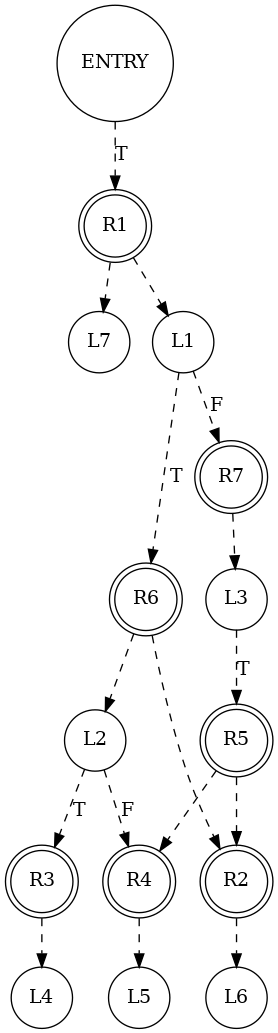
zhaosiying12138/PDG_demo keeps this Graphviz diagram as demo/zsy_test_cdg_auto_generated.png. Above is the earlier version. Its source is kept beside it as demo/zsy_test_cdg_auto_generated.dot. The source it was exported from:
```dot
digraph G {
	edge[style=dashed];

	L7 [label="L7", shape=circle];
	L6 [label="L6", shape=circle];
	L4 [label="L4", shape=circle];
	L5 [label="L5", shape=circle];
	L2 [label="L2", shape=circle];
	L3 [label="L3", shape=circle];
	L1 [label="L1", shape=circle];
	ENTRY [label="ENTRY", shape=circle];

	R1 [label="R1", shape=doublecircle];
	R2 [label="R2", shape=doublecircle];
	R3 [label="R3", shape=doublecircle];
	R5 [label="R5", shape=doublecircle];
	R4 [label="R4", shape=doublecircle];
	R6 [label="R6", shape=doublecircle];
	R7 [label="R7", shape=doublecircle];

	R6 -> L2;
	R1 -> L1;
	R7 -> L3;
	R3 -> L4;
	R4 -> L5;
	R1 -> L7;
	R2 -> L6;

	ENTRY -> R1 [label="T"];
	R5 -> R2;
	R6 -> R2;
	L2 -> R3 [label="T"];
	L3 -> R5 [label="T"];
	L2 -> R4 [label="F"];
	R5 -> R4;
	L1 -> R6 [label="T"];
	L1 -> R7 [label="F"];
}
```
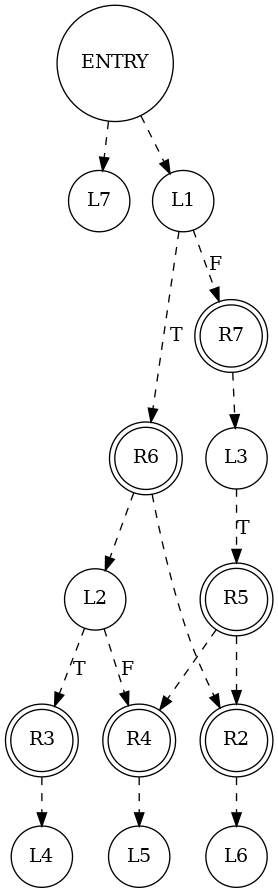
The same diagram one commit later.

Commit message:
pdg: cdg graph construction: optimize ENTRY node

What changed in the source:
```diff
@@ -8,9 +8,8 @@
 	L2 [label="L2", shape=circle];
 	L3 [label="L3", shape=circle];
 	L1 [label="L1", shape=circle];
-	ENTRY [label="ENTRY", shape=circle];
 
-	R1 [label="R1", shape=doublecircle];
+	R1 [label="ENTRY", shape=circle];
 	R2 [label="R2", shape=doublecircle];
 	R3 [label="R3", shape=doublecircle];
 	R5 [label="R5", shape=doublecircle];
@@ -26,7 +25,6 @@
 	R1 -> L7;
 	R2 -> L6;
 
-	ENTRY -> R1 [label="T"];
 	R5 -> R2;
 	R6 -> R2;
 	L2 -> R3 [label="T"];
```
